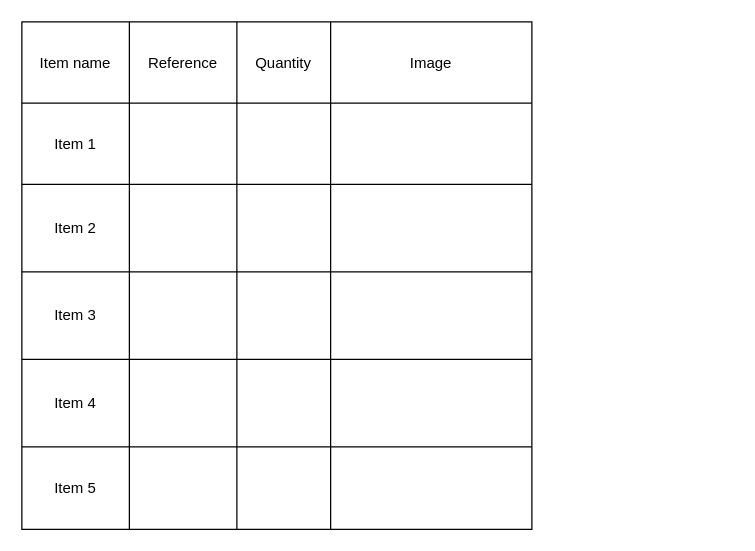
Above: Part list or data sheet.drawio in amerezoji1362/drawio-github (draw.io), before the change. Source tidied: cells renumbered, new cells numbered last; positions are measured from the earlier drawing's top-left corner, leaving out a move shared by most shapes. Both pictures are drawn from the tidied source at 125%, with x=0, y=0 at pixel (21, 21).
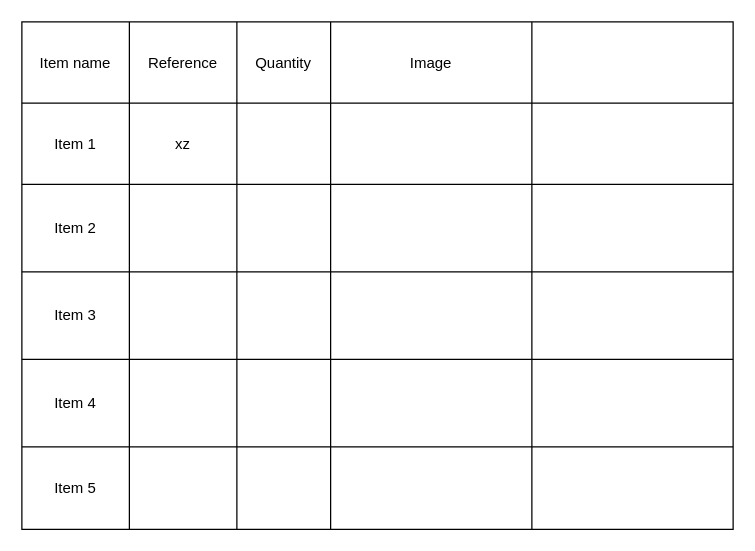
After the change.

Change to the diagram source:
```diff
@@
     <mxCell id="2" style="shape=table;startSize=0;childLayout=tableLayout;" parent="1" vertex="1">
-      <mxGeometry width="408" height="406" as="geometry" />
+      <mxGeometry width="569" height="406" as="geometry" />
     </mxCell>
     <mxCell id="3" style="shape=partialRectangle;fillColor=none;top=0;left=0;bottom=0;right=0;" parent="2" vertex="1">
-      <mxGeometry width="408" height="65" as="geometry" />
+      <mxGeometry width="569" height="65" as="geometry" />
     </mxCell>
@@
+    <mxCell id="33" style="shape=partialRectangle;html=1;whiteSpace=wrap;overflow=hidden;fillColor=none;top=0;left=0;bottom=0;right=0;" parent="3" vertex="1">
+      <mxGeometry x="408" width="161" height="65" as="geometry" />
+    </mxCell>
     <mxCell id="8" style="shape=partialRectangle;fillColor=none;top=0;left=0;bottom=0;right=0;" parent="2" vertex="1">
-      <mxGeometry y="65" width="408" height="65" as="geometry" />
+      <mxGeometry y="65" width="569" height="65" as="geometry" />
     </mxCell>
@@
-    <mxCell id="10" style="shape=partialRectangle;html=1;whiteSpace=wrap;overflow=hidden;fillColor=none;top=0;left=0;bottom=0;right=0;" parent="8" vertex="1">
+    <mxCell id="10" value="xz" style="shape=partialRectangle;html=1;whiteSpace=wrap;overflow=hidden;fillColor=none;top=0;left=0;bottom=0;right=0;" parent="8" vertex="1">
       <mxGeometry x="86" width="86" height="65" as="geometry" />
     </mxCell>
@@
+    <mxCell id="34" style="shape=partialRectangle;html=1;whiteSpace=wrap;overflow=hidden;fillColor=none;top=0;left=0;bottom=0;right=0;" parent="8" vertex="1">
+      <mxGeometry x="408" width="161" height="65" as="geometry" />
+    </mxCell>
     <mxCell id="13" style="shape=partialRectangle;fillColor=none;top=0;left=0;bottom=0;right=0;" parent="2" vertex="1">
-      <mxGeometry y="130" width="408" height="70" as="geometry" />
+      <mxGeometry y="130" width="569" height="70" as="geometry" />
     </mxCell>
@@
+    <mxCell id="35" style="shape=partialRectangle;html=1;whiteSpace=wrap;overflow=hidden;fillColor=none;top=0;left=0;bottom=0;right=0;" parent="13" vertex="1">
+      <mxGeometry x="408" width="161" height="70" as="geometry" />
+    </mxCell>
     <mxCell id="18" style="shape=partialRectangle;fillColor=none;top=0;left=0;bottom=0;right=0;" parent="2" vertex="1">
-      <mxGeometry y="200" width="408" height="70" as="geometry" />
+      <mxGeometry y="200" width="569" height="70" as="geometry" />
     </mxCell>
@@
+    <mxCell id="36" style="shape=partialRectangle;html=1;whiteSpace=wrap;overflow=hidden;fillColor=none;top=0;left=0;bottom=0;right=0;" parent="18" vertex="1">
+      <mxGeometry x="408" width="161" height="70" as="geometry" />
+    </mxCell>
     <mxCell id="23" style="shape=partialRectangle;fillColor=none;top=0;left=0;bottom=0;right=0;" parent="2" vertex="1">
-      <mxGeometry y="270" width="408" height="70" as="geometry" />
+      <mxGeometry y="270" width="569" height="70" as="geometry" />
     </mxCell>
@@
+    <mxCell id="37" style="shape=partialRectangle;html=1;whiteSpace=wrap;overflow=hidden;fillColor=none;top=0;left=0;bottom=0;right=0;" parent="23" vertex="1">
+      <mxGeometry x="408" width="161" height="70" as="geometry" />
+    </mxCell>
     <mxCell id="28" style="shape=partialRectangle;fillColor=none;top=0;left=0;bottom=0;right=0;" parent="2" vertex="1">
-      <mxGeometry y="340" width="408" height="66" as="geometry" />
+      <mxGeometry y="340" width="569" height="66" as="geometry" />
     </mxCell>
@@
+    <mxCell id="38" style="shape=partialRectangle;html=1;whiteSpace=wrap;overflow=hidden;fillColor=none;top=0;left=0;bottom=0;right=0;" parent="28" vertex="1">
+      <mxGeometry x="408" width="161" height="66" as="geometry" />
+    </mxCell>
```
